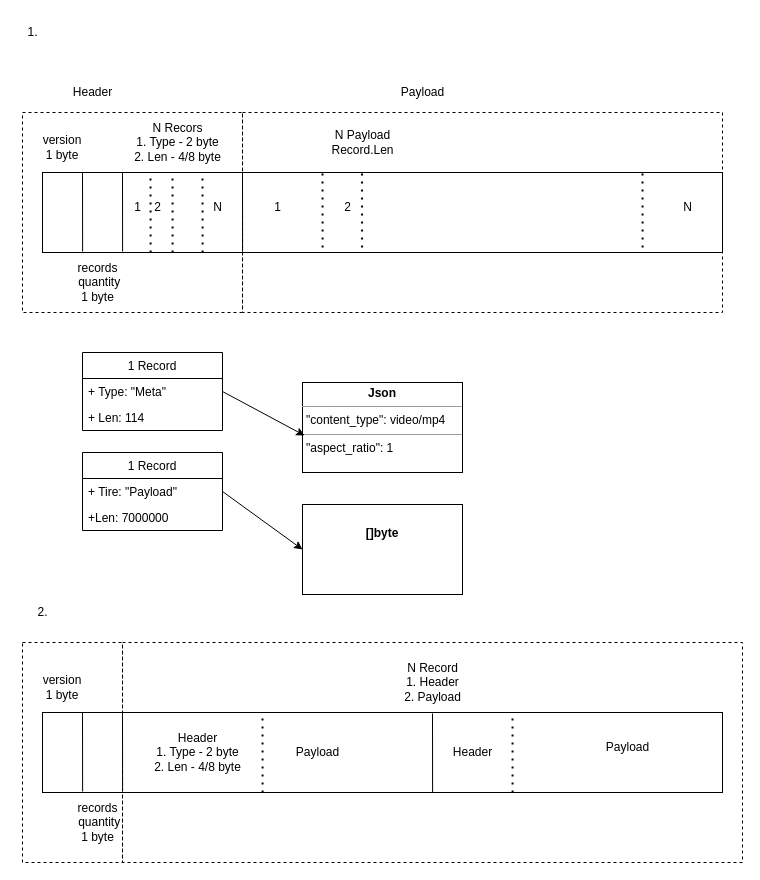
Above: drawio/Untitled Diagram.drawio in kozmod/schemas (draw.io), before the change. Source tidied: cells renumbered, new cells numbered last; positions are measured from the earlier drawing's top-left corner, leaving out a move shared by most shapes. Both pictures are drawn from the tidied source at 100%, with x=0, y=0 at pixel (17, 17).
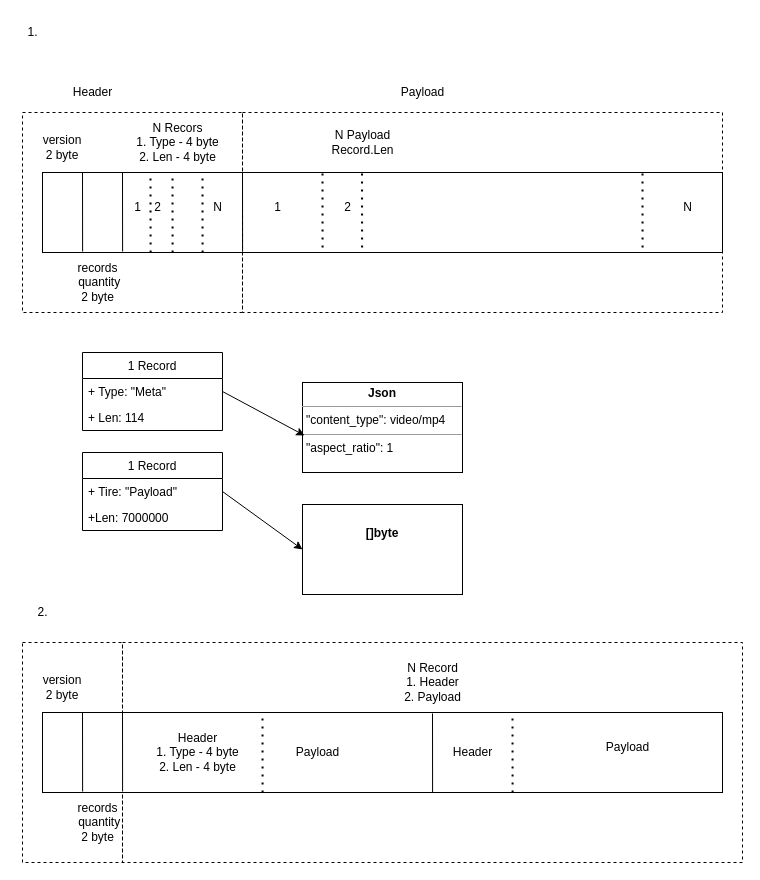
After the change.

Diff of the diagram source:
```diff
@@
+    <mxCell id="50" style="rounded=0;whiteSpace=wrap;html=1;fillColor=none;dashed=1;" parent="1" vertex="1">
+      <mxGeometry x="5" y="625" width="100" height="220" as="geometry" />
+    </mxCell>
@@
-    <mxCell id="6" value="version&lt;br&gt;1 byte" style="text;html=1;strokeColor=none;fillColor=none;align=center;verticalAlign=middle;whiteSpace=wrap;rounded=0;" parent="1" vertex="1">
+    <mxCell id="6" value="version&lt;br&gt;2 byte" style="text;html=1;strokeColor=none;fillColor=none;align=center;verticalAlign=middle;whiteSpace=wrap;rounded=0;" parent="1" vertex="1">
       <mxGeometry x="15" y="115" width="60" height="30" as="geometry" />
     </mxCell>
@@
-    <mxCell id="8" value="records&lt;br&gt;&amp;nbsp;quantity&lt;br&gt;1 byte" style="text;html=1;align=center;verticalAlign=middle;strokeColor=none;fillColor=none;" parent="1" vertex="1">
+    <mxCell id="8" value="records&lt;br&gt;&amp;nbsp;quantity&lt;br&gt;2 byte" style="text;html=1;align=center;verticalAlign=middle;strokeColor=none;fillColor=none;" parent="1" vertex="1">
       <mxGeometry x="45" y="235" width="70" height="60" as="geometry" />
     </mxCell>
@@
-    <mxCell id="10" value="N Recors&lt;br&gt;1. Type - 2 byte&lt;br&gt;2. Len - 4/8 byte" style="text;html=1;align=center;verticalAlign=middle;strokeColor=none;fillColor=none;" parent="1" vertex="1">
+    <mxCell id="10" value="N Recors&lt;br&gt;1. Type - 4 byte&lt;br&gt;2. Len - 4 byte" style="text;html=1;align=center;verticalAlign=middle;strokeColor=none;fillColor=none;" parent="1" vertex="1">
       <mxGeometry x="105" y="95" width="110" height="60" as="geometry" />
     </mxCell>
@@
-    <mxCell id="36" value="version&lt;br&gt;1 byte" style="text;html=1;strokeColor=none;fillColor=none;align=center;verticalAlign=middle;whiteSpace=wrap;rounded=0;" parent="1" vertex="1">
+    <mxCell id="36" value="version&lt;br&gt;2 byte" style="text;html=1;strokeColor=none;fillColor=none;align=center;verticalAlign=middle;whiteSpace=wrap;rounded=0;" parent="1" vertex="1">
       <mxGeometry x="15" y="655" width="60" height="30" as="geometry" />
     </mxCell>
@@
-    <mxCell id="38" value="records&lt;br&gt;&amp;nbsp;quantity&lt;br&gt;1 byte" style="text;html=1;align=center;verticalAlign=middle;strokeColor=none;fillColor=none;" parent="1" vertex="1">
+    <mxCell id="38" value="records&lt;br&gt;&amp;nbsp;quantity&lt;br&gt;2 byte" style="text;html=1;align=center;verticalAlign=middle;strokeColor=none;fillColor=none;" parent="1" vertex="1">
       <mxGeometry x="45" y="775" width="70" height="60" as="geometry" />
     </mxCell>
@@
-    <mxCell id="43" value="Header&lt;br&gt;1. Type - 2 byte&lt;br&gt;2. Len - 4/8 byte" style="text;html=1;align=center;verticalAlign=middle;strokeColor=none;fillColor=none;" parent="1" vertex="1">
+    <mxCell id="43" value="Header&lt;br&gt;1. Type - 4 byte&lt;br&gt;2. Len - 4 byte" style="text;html=1;align=center;verticalAlign=middle;strokeColor=none;fillColor=none;" parent="1" vertex="1">
       <mxGeometry x="125" y="705" width="110" height="60" as="geometry" />
     </mxCell>
@@
-    <mxCell id="50" style="rounded=0;whiteSpace=wrap;html=1;fillColor=none;dashed=1;" parent="1" vertex="1">
-      <mxGeometry x="5" y="625" width="100" height="220" as="geometry" />
-    </mxCell>
```
